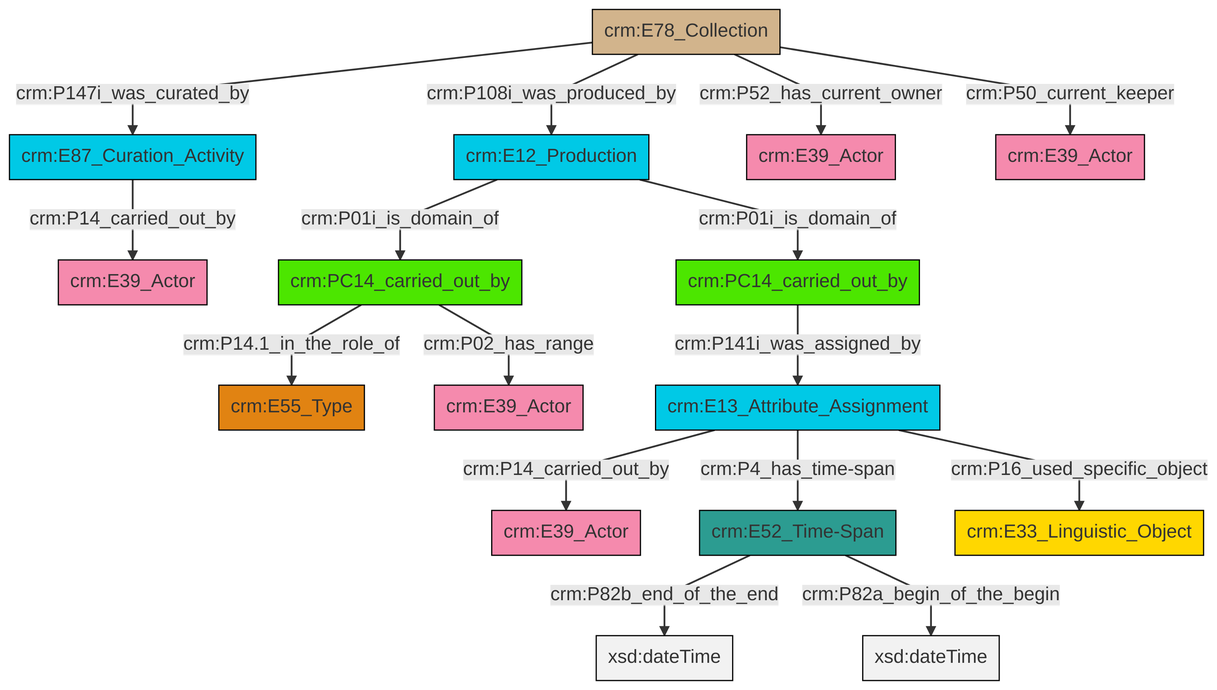
Above: et/archivalCSV/ttl/mmd/png/archival_relation.png in swiss-art-research-net/docs.swissartresearch (Mermaid), before the change. Its source is kept beside it as et/archivalCSV/ttl/mmd/archival_relation.ttl.mmd.
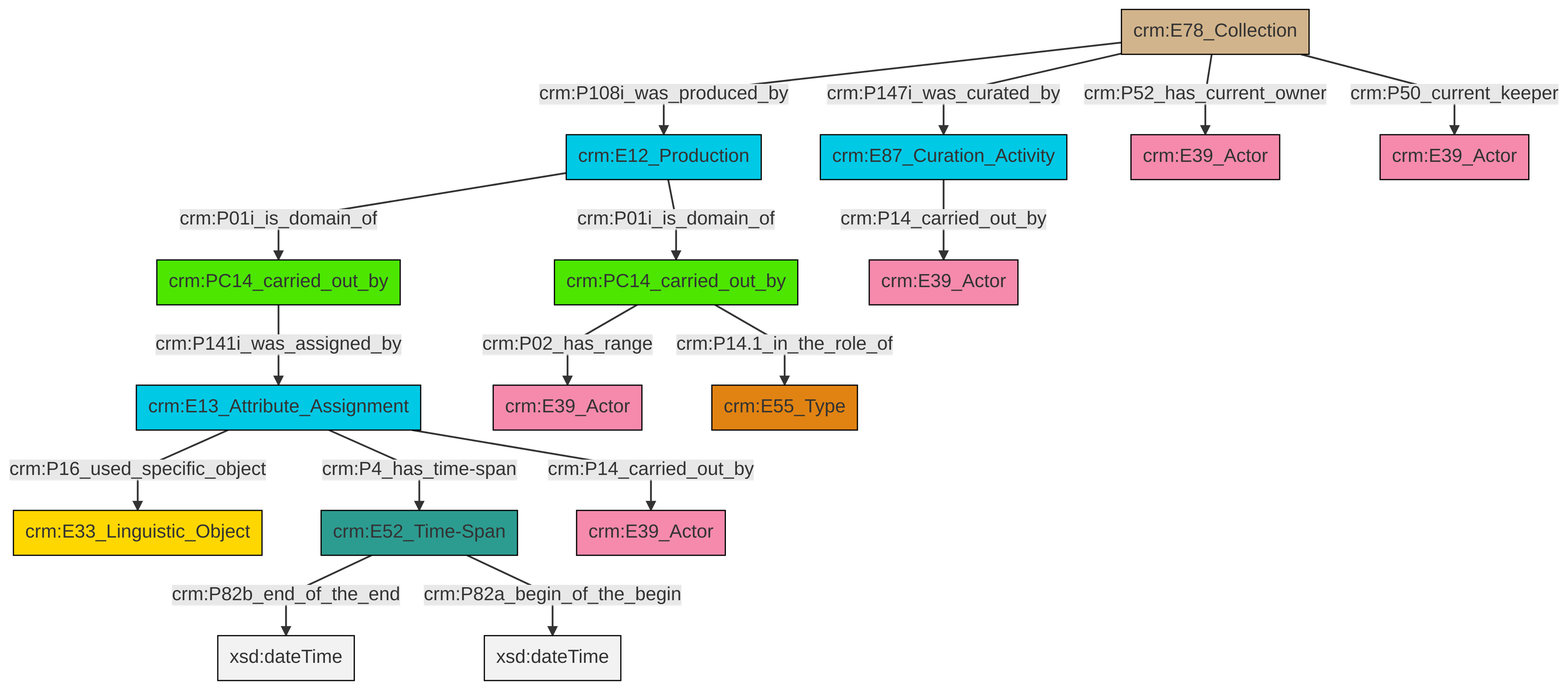
The same file after the commit.

Change to the diagram source:
```diff
@@ -13,18 +13,18 @@
 classDef PC_Classes fill:#4ce600, stroke:#000000;
 classDef Multi fill:#cccccc,stroke:#000000;
 
-0["crm:PC14_carried_out_by"]:::PC_Classes -->|crm:P14.1_in_the_role_of| 1["crm:E55_Type"]:::Type
-2["crm:E12_Production"]:::Temporal_Entity -->|crm:P01i_is_domain_of| 0["crm:PC14_carried_out_by"]:::PC_Classes
-0["crm:PC14_carried_out_by"]:::PC_Classes -->|crm:P02_has_range| 3["crm:E39_Actor"]:::Actor
-8["crm:PC14_carried_out_by"]:::PC_Classes -->|crm:P141i_was_assigned_by| 9["crm:E13_Attribute_Assignment"]:::Temporal_Entity
-4["crm:E52_Time-Span"]:::Time-Span -->|crm:P82b_end_of_the_end| 10[xsd:dateTime]:::Literal
-13["crm:E78_Collection"]:::Physical_Thing -->|crm:P147i_was_curated_by| 11["crm:E87_Curation_Activity"]:::Temporal_Entity
-9["crm:E13_Attribute_Assignment"]:::Temporal_Entity -->|crm:P14_carried_out_by| 19["crm:E39_Actor"]:::Actor
-2["crm:E12_Production"]:::Temporal_Entity -->|crm:P01i_is_domain_of| 8["crm:PC14_carried_out_by"]:::PC_Classes
-13["crm:E78_Collection"]:::Physical_Thing -->|crm:P108i_was_produced_by| 2["crm:E12_Production"]:::Temporal_Entity
-13["crm:E78_Collection"]:::Physical_Thing -->|crm:P52_has_current_owner| 21["crm:E39_Actor"]:::Actor
-13["crm:E78_Collection"]:::Physical_Thing -->|crm:P50_current_keeper| 15["crm:E39_Actor"]:::Actor
-4["crm:E52_Time-Span"]:::Time-Span -->|crm:P82a_begin_of_the_begin| 24[xsd:dateTime]:::Literal
-9["crm:E13_Attribute_Assignment"]:::Temporal_Entity -->|crm:P4_has_time-span| 4["crm:E52_Time-Span"]:::Time-Span
-9["crm:E13_Attribute_Assignment"]:::Temporal_Entity -->|crm:P16_used_specific_object| 17["crm:E33_Linguistic_Object"]:::Conceptual_Object
-11["crm:E87_Curation_Activity"]:::Temporal_Entity -->|crm:P14_carried_out_by| 6["crm:E39_Actor"]:::Actor
+2["crm:E12_Production"]:::Temporal_Entity -->|crm:P01i_is_domain_of| 3["crm:PC14_carried_out_by"]:::PC_Classes
+4["crm:E52_Time-Span"]:::Time-Span -->|crm:P82b_end_of_the_end| 5[xsd:dateTime]:::Literal
+6["crm:E13_Attribute_Assignment"]:::Temporal_Entity -->|crm:P14_carried_out_by| 7["crm:E39_Actor"]:::Actor
+8["crm:E78_Collection"]:::Physical_Thing -->|crm:P147i_was_curated_by| 9["crm:E87_Curation_Activity"]:::Temporal_Entity
+3["crm:PC14_carried_out_by"]:::PC_Classes -->|crm:P02_has_range| 11["crm:E39_Actor"]:::Actor
+2["crm:E12_Production"]:::Temporal_Entity -->|crm:P01i_is_domain_of| 12["crm:PC14_carried_out_by"]:::PC_Classes
+4["crm:E52_Time-Span"]:::Time-Span -->|crm:P82a_begin_of_the_begin| 16[xsd:dateTime]:::Literal
+8["crm:E78_Collection"]:::Physical_Thing -->|crm:P52_has_current_owner| 19["crm:E39_Actor"]:::Actor
+9["crm:E87_Curation_Activity"]:::Temporal_Entity -->|crm:P14_carried_out_by| 21["crm:E39_Actor"]:::Actor
+12["crm:PC14_carried_out_by"]:::PC_Classes -->|crm:P141i_was_assigned_by| 6["crm:E13_Attribute_Assignment"]:::Temporal_Entity
+8["crm:E78_Collection"]:::Physical_Thing -->|crm:P50_current_keeper| 22["crm:E39_Actor"]:::Actor
+8["crm:E78_Collection"]:::Physical_Thing -->|crm:P108i_was_produced_by| 2["crm:E12_Production"]:::Temporal_Entity
+6["crm:E13_Attribute_Assignment"]:::Temporal_Entity -->|crm:P16_used_specific_object| 0["crm:E33_Linguistic_Object"]:::Conceptual_Object
+3["crm:PC14_carried_out_by"]:::PC_Classes -->|crm:P14.1_in_the_role_of| 14["crm:E55_Type"]:::Type
+6["crm:E13_Attribute_Assignment"]:::Temporal_Entity -->|crm:P4_has_time-span| 4["crm:E52_Time-Span"]:::Time-Span
```
